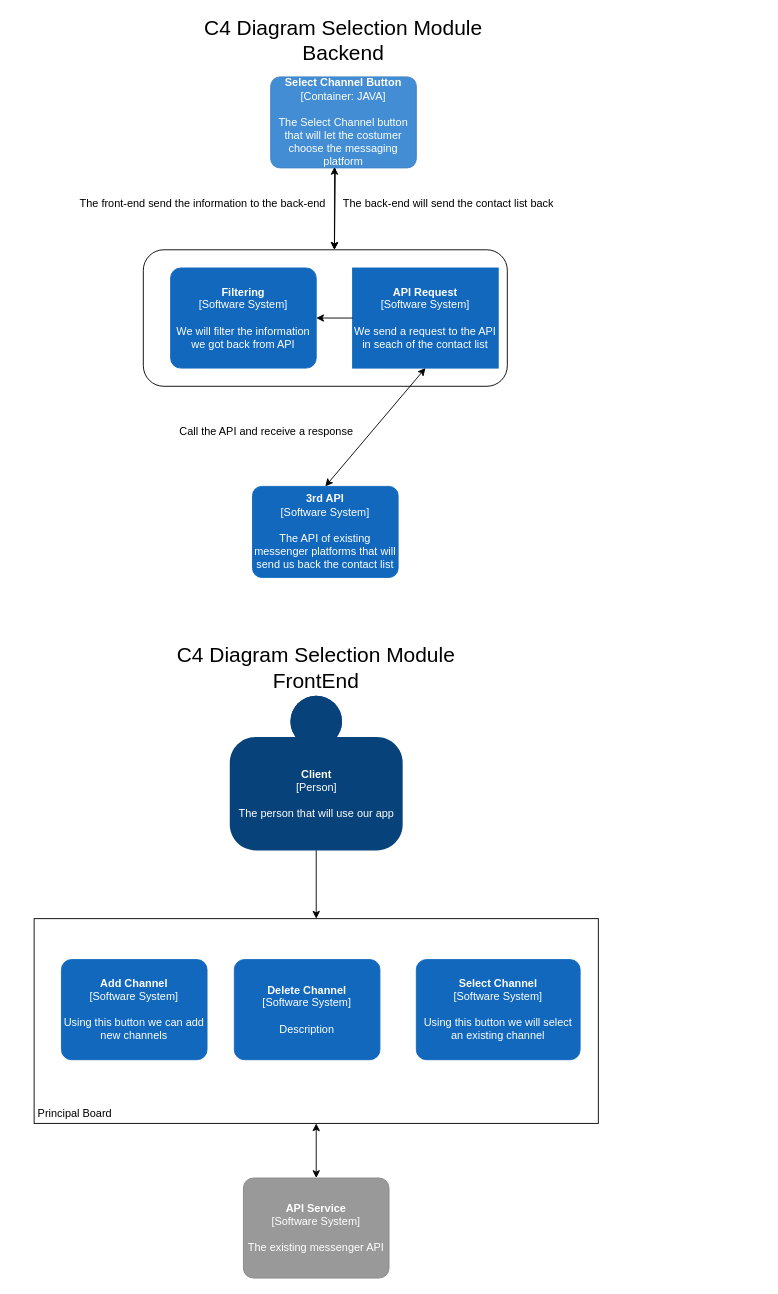
Before: page "Channel Management Module" (2 of 4) of Diagrama_Finala_IP.drawio in HristeaIonut/Morse-Diagrams, a draw.io diagram. Source tidied: cells renumbered, new cells numbered last; positions are measured from the earlier drawing's top-left corner, leaving out a move shared by most shapes. Both pictures are drawn from the tidied source at 91%, with x=0, y=0 at pixel (15, 31).
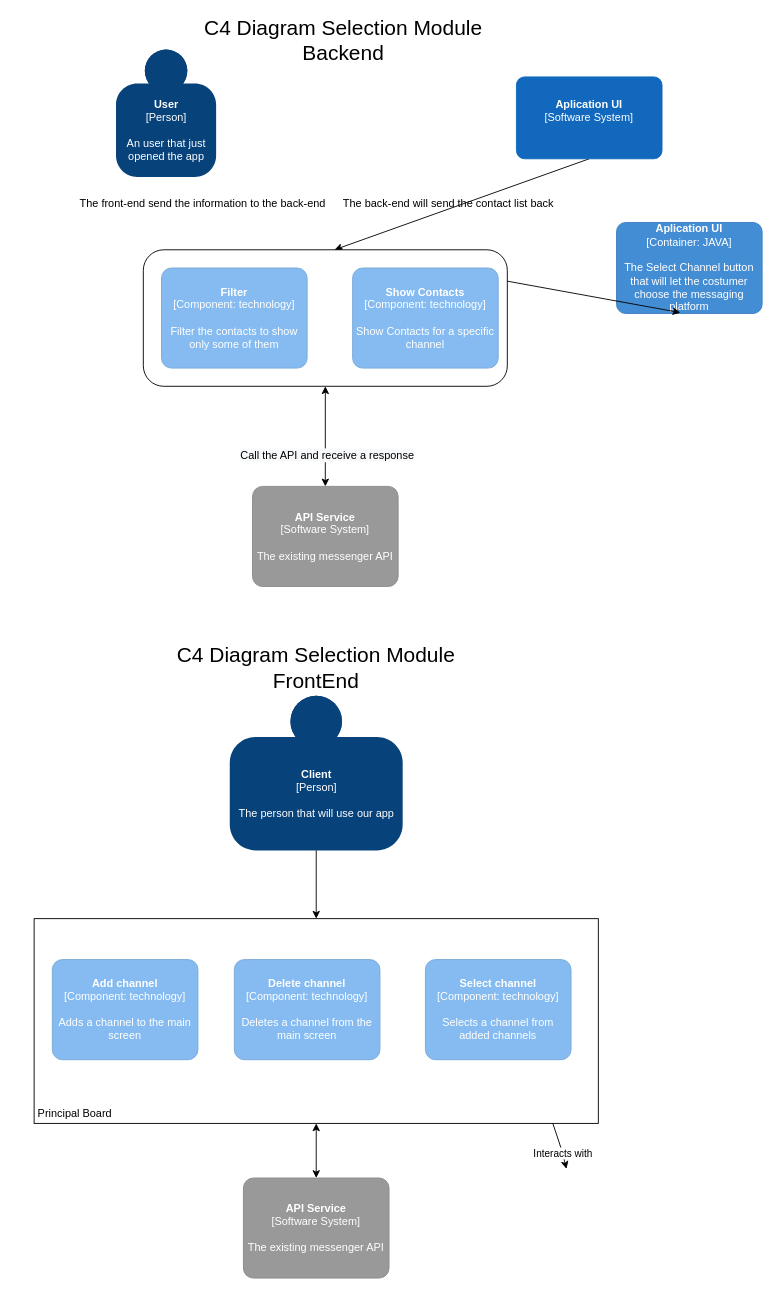
After the change.

Unchanged cells that the change refers to:
```xml
<mxCell id="21" style="rounded=1;whiteSpace=wrap;html=1;" parent="1" vertex="1">
  <mxGeometry x="140" y="240" width="400" height="150" as="geometry" />
</mxCell>
```

The edit, as a diff of the source:
```diff
@@
-    <object id="5" label="&lt;b&gt;%c4Name%&lt;/b&gt;&lt;div&gt;[%c4Type%]&lt;/div&gt;&lt;br&gt;&lt;div&gt;%c4Description%&lt;/div&gt;" c4Description="Using this button we can add new channels" c4Name="Add Channel" c4Type="Software System" placeholders="1">
-      <mxCell style="rounded=1;whiteSpace=wrap;html=1;labelBackgroundColor=none;fillColor=#1168BD;fontColor=#ffffff;align=center;arcSize=10;strokeColor=#1168BD;metaData={&quot;c4Type&quot;:{&quot;editable&quot;:false}};" parent="1" vertex="1">
-        <mxGeometry x="50" y="1020" width="160" height="110" as="geometry" />
-      </mxCell>
-    </object>
-    <object id="6" label="&lt;b&gt;%c4Name%&lt;/b&gt;&lt;div&gt;[%c4Type%]&lt;/div&gt;&lt;br&gt;&lt;div&gt;%c4Description%&lt;/div&gt;" c4Description="Description" c4Name="Delete Channel" c4Type="Software System" placeholders="1">
-      <mxCell style="rounded=1;whiteSpace=wrap;html=1;labelBackgroundColor=none;fillColor=#1168BD;fontColor=#ffffff;align=center;arcSize=10;strokeColor=#1168BD;metaData={&quot;c4Type&quot;:{&quot;editable&quot;:false}};" parent="1" vertex="1">
-        <mxGeometry x="240" y="1020" width="160" height="110" as="geometry" />
-      </mxCell>
-    </object>
@@
-    <object id="8" label="&lt;b&gt;%c4Name%&lt;/b&gt;&lt;div&gt;[%c4Type%]&lt;/div&gt;&lt;br&gt;&lt;div&gt;%c4Description%&lt;/div&gt;" c4Description="Using this button we will select an existing channel" c4Name="Select Channel" c4Type="Software System" placeholders="1">
-      <mxCell style="rounded=1;whiteSpace=wrap;html=1;labelBackgroundColor=none;fillColor=#1168BD;fontColor=#ffffff;align=center;arcSize=10;strokeColor=#1168BD;metaData={&quot;c4Type&quot;:{&quot;editable&quot;:false}};" parent="1" vertex="1">
-        <mxGeometry x="440" y="1020" width="180" height="110" as="geometry" />
-      </mxCell>
-    </object>
@@
-    <object id="14" label="&lt;b&gt;%c4Name%&lt;/b&gt;&lt;div&gt;[%c4Type%: %c4Technology%]&lt;/div&gt;&lt;br&gt;&lt;div&gt;%c4Description%&lt;/div&gt;" c4Description="The Select Channel button that will let the costumer choose the messaging platform" c4Name="Select Channel Button " c4Technology="JAVA" c4Type="Container" placeholders="1">
+    <object id="14" label="&lt;b&gt;%c4Name%&lt;/b&gt;&lt;div&gt;[%c4Type%: %c4Technology%]&lt;/div&gt;&lt;br&gt;&lt;div&gt;%c4Description%&lt;/div&gt;" c4Description="The Select Channel button that will let the costumer choose the messaging platform" c4Name="Aplication UI" c4Technology="JAVA" c4Type="Container" placeholders="1">
       <mxCell style="rounded=1;whiteSpace=wrap;html=1;labelBackgroundColor=none;fillColor=#438DD5;fontColor=#ffffff;align=center;arcSize=10;strokeColor=#3C7FC0;metaData={&quot;c4Type&quot;:{&quot;editable&quot;:false}};points=[[0.25,0,0],[0.5,0,0],[0.75,0,0],[1,0.25,0],[1,0.5,0],[1,0.75,0],[0.75,1,0],[0.5,1,0],[0.25,1,0],[0,0.75,0],[0,0.5,0],[0,0.25,0]];" parent="1" vertex="1">
-        <mxGeometry x="280" y="50" width="160" height="100" as="geometry" />
+        <mxGeometry x="660" y="210" width="160" height="100" as="geometry" />
       </mxCell>
     </object>
-    <mxCell id="15" style="endArrow=classic;html=1;exitX=0.444;exitY=1.01;exitDx=0;exitDy=0;exitPerimeter=0;entryX=0.5;entryY=0;entryDx=0;entryDy=0;entryPerimeter=0;" parent="1" edge="1" source="14">
+    <mxCell id="15" style="endArrow=classic;html=1;exitX=0.5;exitY=1;exitDx=0;exitDy=0;exitPerimeter=0;entryX=0.5;entryY=0;entryDx=0;entryDy=0;entryPerimeter=0;" parent="1" edge="1" source="30">
       <mxGeometry relative="1" as="geometry">
         <mxPoint x="350" y="240" as="targetPoint" />
       </mxGeometry>
     </mxCell>
@@
-    <object id="17" label="&lt;b&gt;%c4Name%&lt;/b&gt;&lt;div&gt;[%c4Type%]&lt;/div&gt;&lt;br&gt;&lt;div&gt;%c4Description%&lt;/div&gt;" c4Description="The API of existing messenger platforms that will send us back the contact list " c4Name="3rd API" c4Type="Software System" placeholders="1">
-      <mxCell style="rounded=1;whiteSpace=wrap;html=1;labelBackgroundColor=none;fillColor=#1168BD;fontColor=#ffffff;align=center;arcSize=10;strokeColor=#1168BD;metaData={&quot;c4Type&quot;:{&quot;editable&quot;:false}};points=[[0.25,0,0],[0.5,0,0],[0.75,0,0],[1,0.25,0],[1,0.5,0],[1,0.75,0],[0.75,1,0],[0.5,1,0],[0.25,1,0],[0,0.75,0],[0,0.5,0],[0,0.25,0]];" parent="1" vertex="1">
-        <mxGeometry x="260" y="500" width="160" height="100" as="geometry" />
-      </mxCell>
-    </object>
@@
-    <mxCell id="19" value="Call the API and receive a response" style="text;html=1;align=center;verticalAlign=middle;" parent="1" vertex="1">
-      <mxGeometry x="170" y="430" width="210" height="20" as="geometry" />
-    </mxCell>
@@
-    <object id="22" label="&lt;b&gt;%c4Name%&lt;/b&gt;&lt;div&gt;[%c4Type%]&lt;/div&gt;&lt;br&gt;&lt;div&gt;%c4Description%&lt;/div&gt;" c4Description="We will filter the information we got back from API" c4Name="Filtering" c4Type="Software System" placeholders="1">
-      <mxCell style="rounded=1;whiteSpace=wrap;html=1;labelBackgroundColor=none;fillColor=#1168BD;fontColor=#ffffff;align=center;arcSize=10;strokeColor=#1168BD;metaData={&quot;c4Type&quot;:{&quot;editable&quot;:false}};points=[[0.25,0,0],[0.5,0,0],[0.75,0,0],[1,0.25,0],[1,0.5,0],[1,0.75,0],[0.75,1,0],[0.5,1,0],[0.25,1,0],[0,0.75,0],[0,0.5,0],[0,0.25,0]];" parent="1" vertex="1">
-        <mxGeometry x="170" y="260" width="160" height="110" as="geometry" />
-      </mxCell>
-    </object>
-    <object id="23" label="&lt;b&gt;%c4Name%&lt;/b&gt;&lt;div&gt;[%c4Type%]&lt;/div&gt;&lt;br&gt;&lt;div&gt;%c4Description%&lt;/div&gt;" c4Description="We send a request to the API in seach of the contact list" c4Name="API Request" c4Type="Software System" placeholders="1">
-      <mxCell style="rounded=0;whiteSpace=wrap;html=1;labelBackgroundColor=none;fillColor=#1168BD;fontColor=#ffffff;align=center;arcSize=10;strokeColor=#1168BD;metaData={&quot;c4Type&quot;:{&quot;editable&quot;:false}};points=[[0.25,0,0],[0.5,0,0],[0.75,0,0],[1,0.25,0],[1,0.5,0],[1,0.75,0],[0.75,1,0],[0.5,1,0],[0.25,1,0],[0,0.75,0],[0,0.5,0],[0,0.25,0]];" parent="1" vertex="1">
-        <mxGeometry x="370" y="260" width="160" height="110" as="geometry" />
-      </mxCell>
-    </object>
-    <mxCell id="24" style="endArrow=classic;startArrow=classic;html=1;entryX=0.5;entryY=0;entryDx=0;entryDy=0;entryPerimeter=0;exitX=0.5;exitY=1;exitDx=0;exitDy=0;exitPerimeter=0;" parent="1" edge="1" source="23" target="17">
+    <mxCell id="24" style="endArrow=classic;startArrow=classic;html=1;entryX=0.5;entryY=0;entryDx=0;entryDy=0;entryPerimeter=0;exitX=0.5;exitY=1;exitDx=0;exitDy=0;" parent="1" edge="1" source="21" target="35">
       <mxGeometry relative="1" as="geometry" />
     </mxCell>
-    <mxCell id="25" style="endArrow=classic;html=1;exitX=0;exitY=0.5;exitDx=0;exitDy=0;exitPerimeter=0;entryX=1;entryY=0.5;entryDx=0;entryDy=0;entryPerimeter=0;" parent="1" edge="1" source="23" target="22">
-      <mxGeometry relative="1" as="geometry" />
-    </mxCell>
+    <mxCell id="19" value="&lt;span style=&quot;font-size: 12px ; background-color: rgb(248 , 249 , 250)&quot;&gt;Call the API and receive a response&lt;/span&gt;" style="edgeLabel;html=1;align=center;verticalAlign=middle;" parent="24" vertex="1">
+      <mxGeometry x="0.36" y="1" relative="1" as="geometry" />
+    </mxCell>
@@
+    <object id="28" label="&lt;b&gt;%c4Name%&lt;/b&gt;&lt;div&gt;[%c4Type%]&lt;/div&gt;&lt;br&gt;&lt;div&gt;%c4Description%&lt;/div&gt;" c4Description="An user that just &#10;opened the app" c4Name="User" c4Type="Person" placeholders="1">
+      <mxCell style="html=1;dashed=0;whitespace=wrap;fillColor=#08427b;strokeColor=none;fontColor=#ffffff;shape=mxgraph.c4.person;align=center;metaData={&quot;c4Type&quot;:{&quot;editable&quot;:false}};" parent="1" vertex="1">
+        <mxGeometry x="110" y="20" width="110" height="140" as="geometry" />
+      </mxCell>
+    </object>
+    <object id="29" label="&lt;b&gt;%c4Name%&lt;/b&gt;&lt;div&gt;[%c4Type%: %c4Technology%]&lt;/div&gt;&lt;br&gt;&lt;div&gt;%c4Description%&lt;/div&gt;" c4Description="Adds a channel to the main screen" c4Name="Add channel" c4Technology="technology" c4Type="Component" placeholders="1">
+      <mxCell style="rounded=1;whiteSpace=wrap;html=1;labelBackgroundColor=none;fillColor=#85BBF0;fontColor=#ffffff;align=center;arcSize=10;strokeColor=#78A8D8;metaData={&quot;c4Type&quot;:{&quot;editable&quot;:false}};" parent="1" vertex="1">
+        <mxGeometry x="40" y="1020" width="160" height="110" as="geometry" />
+      </mxCell>
+    </object>
+    <object id="30" label="&lt;b&gt;%c4Name%&lt;/b&gt;&lt;div&gt;[%c4Type%]&lt;/div&gt;&lt;br&gt;&lt;div&gt;%c4Description%&lt;/div&gt;" c4Description="" c4Name="Aplication UI" c4Type="Software System" placeholders="1">
+      <mxCell style="rounded=1;whiteSpace=wrap;html=1;labelBackgroundColor=none;fillColor=#1168BD;fontColor=#ffffff;align=center;arcSize=10;strokeColor=#1168BD;metaData={&quot;c4Type&quot;:{&quot;editable&quot;:false}};points=[[0.25,0,0],[0.5,0,0],[0.75,0,0],[1,0.25,0],[1,0.5,0],[1,0.75,0],[0.75,1,0],[0.5,1,0],[0.25,1,0],[0,0.75,0],[0,0.5,0],[0,0.25,0]];" parent="1" vertex="1">
+        <mxGeometry x="550" y="50" width="160" height="90" as="geometry" />
+      </mxCell>
+    </object>
+    <object id="31" label="&lt;b&gt;%c4Name%&lt;/b&gt;&lt;div&gt;[%c4Type%: %c4Technology%]&lt;/div&gt;&lt;br&gt;&lt;div&gt;%c4Description%&lt;/div&gt;" c4Description="Deletes a channel from the main screen" c4Name="Delete channel&#10;" c4Technology="technology" c4Type="Component" placeholders="1">
+      <mxCell style="rounded=1;whiteSpace=wrap;html=1;labelBackgroundColor=none;fillColor=#85BBF0;fontColor=#ffffff;align=center;arcSize=10;strokeColor=#78A8D8;metaData={&quot;c4Type&quot;:{&quot;editable&quot;:false}};" parent="1" vertex="1">
+        <mxGeometry x="240" y="1020" width="160" height="110" as="geometry" />
+      </mxCell>
+    </object>
+    <object id="32" label="&lt;b&gt;%c4Name%&lt;/b&gt;&lt;div&gt;[%c4Type%: %c4Technology%]&lt;/div&gt;&lt;br&gt;&lt;div&gt;%c4Description%&lt;/div&gt;" c4Description="Selects a channel from added channels" c4Name="Select channel" c4Technology="technology" c4Type="Component" placeholders="1">
+      <mxCell style="rounded=1;whiteSpace=wrap;html=1;labelBackgroundColor=none;fillColor=#85BBF0;fontColor=#ffffff;align=center;arcSize=10;strokeColor=#78A8D8;metaData={&quot;c4Type&quot;:{&quot;editable&quot;:false}};" parent="1" vertex="1">
+        <mxGeometry x="450" y="1020" width="160" height="110" as="geometry" />
+      </mxCell>
+    </object>
+    <object id="33" label="&lt;b&gt;%c4Name%&lt;/b&gt;&lt;div&gt;[%c4Type%: %c4Technology%]&lt;/div&gt;&lt;br&gt;&lt;div&gt;%c4Description%&lt;/div&gt;" c4Description="Show Contacts for a specific channel" c4Name="Show Contacts" c4Technology="technology" c4Type="Component" placeholders="1">
+      <mxCell style="rounded=1;whiteSpace=wrap;html=1;labelBackgroundColor=none;fillColor=#85BBF0;fontColor=#ffffff;align=center;arcSize=10;strokeColor=#78A8D8;metaData={&quot;c4Type&quot;:{&quot;editable&quot;:false}};" parent="1" vertex="1">
+        <mxGeometry x="370" y="260" width="160" height="110" as="geometry" />
+      </mxCell>
+    </object>
+    <object id="34" label="&lt;b&gt;%c4Name%&lt;/b&gt;&lt;div&gt;[%c4Type%: %c4Technology%]&lt;/div&gt;&lt;br&gt;&lt;div&gt;%c4Description%&lt;/div&gt;" c4Description="Filter the contacts to show only some of them" c4Name="Filter" c4Technology="technology" c4Type="Component" placeholders="1">
+      <mxCell style="rounded=1;whiteSpace=wrap;html=1;labelBackgroundColor=none;fillColor=#85BBF0;fontColor=#ffffff;align=center;arcSize=10;strokeColor=#78A8D8;metaData={&quot;c4Type&quot;:{&quot;editable&quot;:false}};" parent="1" vertex="1">
+        <mxGeometry x="160" y="260" width="160" height="110" as="geometry" />
+      </mxCell>
+    </object>
+    <object id="35" label="&lt;b&gt;%c4Name%&lt;/b&gt;&lt;div&gt;[%c4Type%]&lt;/div&gt;&lt;br&gt;&lt;div&gt;%c4Description%&lt;/div&gt;" c4Description="The existing messenger API" c4Name="API Service" c4Type="Software System" placeholders="1">
+      <mxCell style="rounded=1;whiteSpace=wrap;html=1;labelBackgroundColor=none;fillColor=#999999;fontColor=#ffffff;align=center;arcSize=10;strokeColor=#8A8A8A;metaData={&quot;c4Type&quot;:{&quot;editable&quot;:false}};points=[[0.25,0,0],[0.5,0,0],[0.75,0,0],[1,0.25,0],[1,0.5,0],[1,0.75,0],[0.75,1,0],[0.5,1,0],[0.25,1,0],[0,0.75,0],[0,0.5,0],[0,0.25,0]];" parent="1" vertex="1">
+        <mxGeometry x="260" y="500" width="160" height="110" as="geometry" />
+      </mxCell>
+    </object>
+    <mxCell id="36" style="endArrow=classic;html=1;exitX=0.5;exitY=1;exitDx=0;exitDy=0;exitPerimeter=0;entryX=0.5;entryY=0;entryDx=0;entryDy=0;entryPerimeter=0;" parent="1" edge="1">
+      <mxGeometry relative="1" as="geometry">
+        <mxPoint x="590" y="1200" as="sourcePoint" />
+        <mxPoint x="605" y="1250" as="targetPoint" />
+        <Array as="points">
+          <mxPoint x="600" y="1230" />
+        </Array>
+      </mxGeometry>
+    </mxCell>
+    <mxCell id="37" value="Interacts with" style="edgeLabel;html=1;align=center;verticalAlign=middle;" parent="36" vertex="1">
+      <mxGeometry x="0.34" relative="1" as="geometry">
+        <mxPoint y="-1" as="offset" />
+      </mxGeometry>
+    </mxCell>
```
